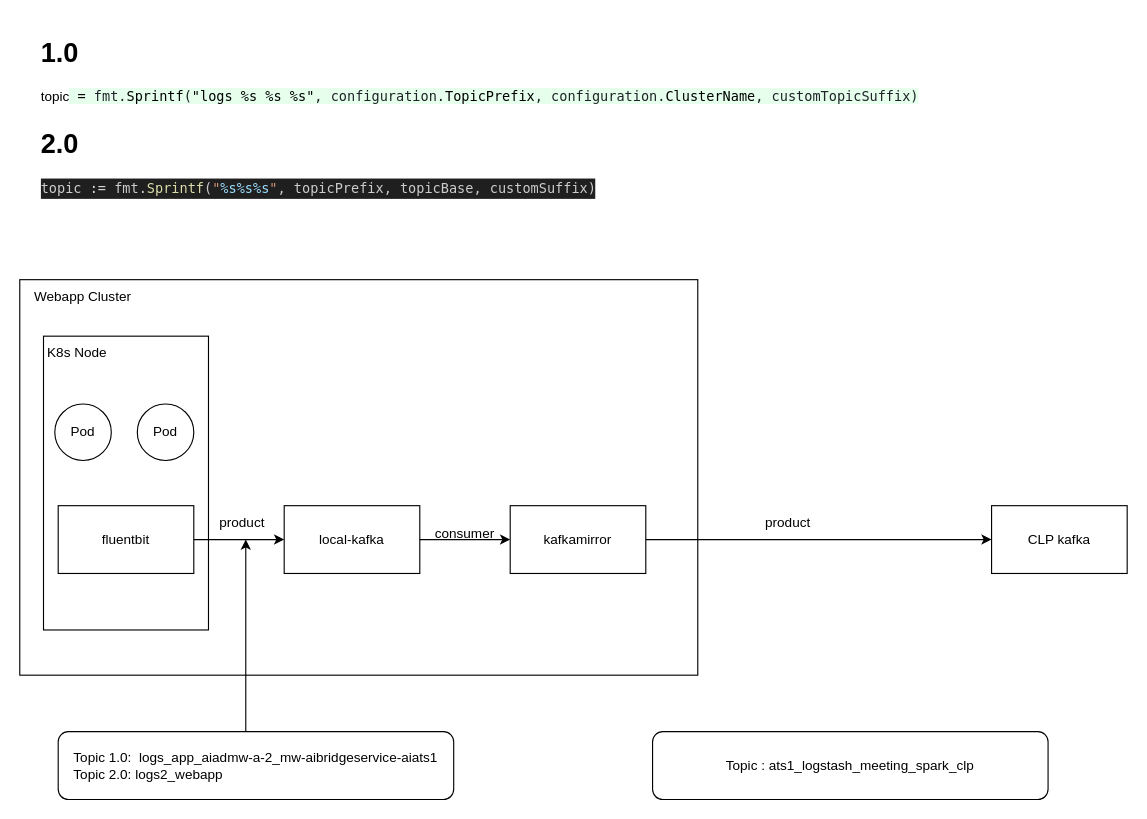
The draw.io diagram kubed-kafkamirror.drawio in Tomoku-dm/diagrams_file, before the edit. Source tidied: cells renumbered, new cells numbered last; positions are measured from the earlier drawing's top-left corner, leaving out a move shared by most shapes. Both pictures are drawn from the tidied source at 113%, with x=0, y=0 at pixel (19, 31).
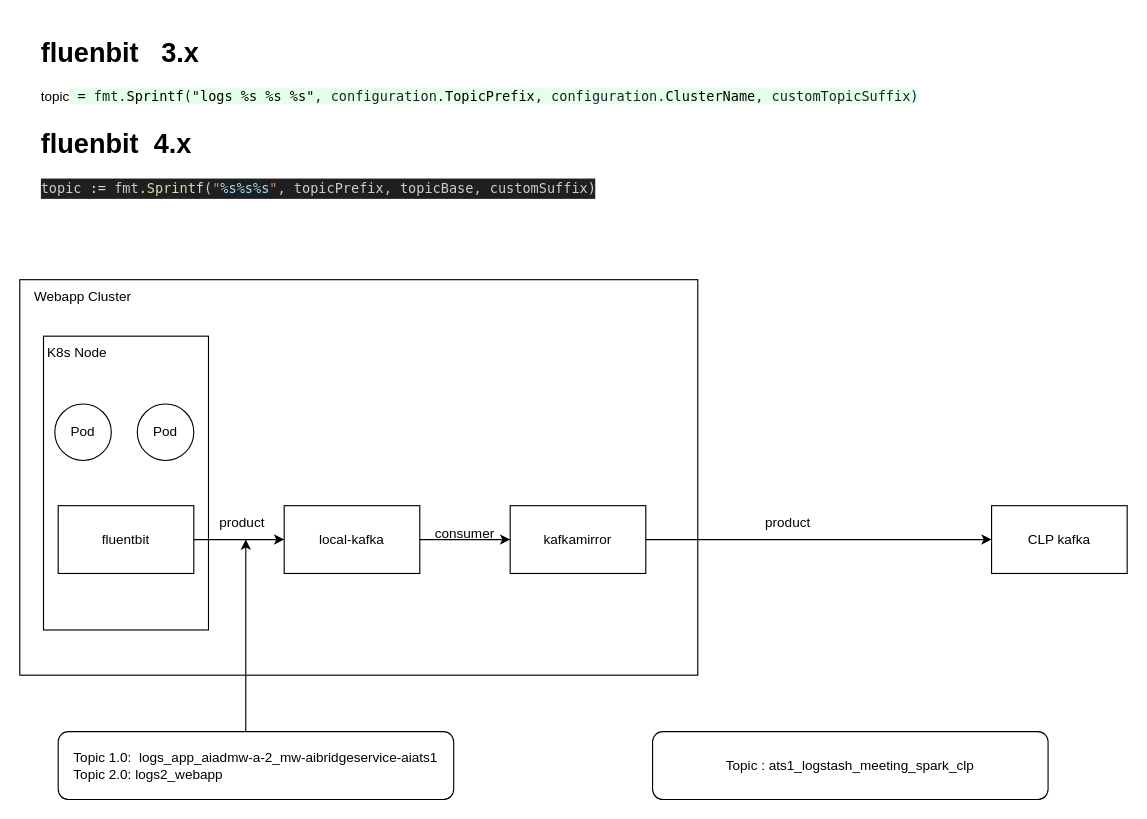
The same diagram, later.

Change to the diagram source:
```diff
@@
-    <mxCell id="11" value="&lt;h1&gt;2.0&lt;/h1&gt;&lt;div&gt;&lt;div style=&quot;color: rgb(204, 204, 204); background-color: rgb(31, 31, 31); font-family: Menlo, Monaco, &amp;quot;Courier New&amp;quot;, monospace; line-height: 18px;&quot;&gt;topic &lt;span style=&quot;color: #d4d4d4;&quot;&gt;:=&lt;/span&gt; fmt.&lt;span style=&quot;color: #dcdcaa;&quot;&gt;Sprintf&lt;/span&gt;(&lt;span style=&quot;color: #ce9178;&quot;&gt;&quot;&lt;/span&gt;&lt;span style=&quot;color: #9cdcfe;&quot;&gt;%s%s%s&lt;/span&gt;&lt;span style=&quot;color: #ce9178;&quot;&gt;&quot;&lt;/span&gt;, topicPrefix, topicBase, customSuffix)&lt;/div&gt;&lt;/div&gt;" style="text;html=1;strokeColor=none;fillColor=none;spacing=5;spacingTop=-20;whiteSpace=wrap;overflow=hidden;rounded=0;" parent="1" vertex="1">
+    <mxCell id="11" value="&lt;h1&gt;fluenbit&amp;nbsp; 4.x&lt;/h1&gt;&lt;div&gt;&lt;div style=&quot;color: rgb(204, 204, 204); background-color: rgb(31, 31, 31); font-family: Menlo, Monaco, &amp;quot;Courier New&amp;quot;, monospace; line-height: 18px;&quot;&gt;topic &lt;span style=&quot;color: #d4d4d4;&quot;&gt;:=&lt;/span&gt; fmt.&lt;span style=&quot;color: #dcdcaa;&quot;&gt;Sprintf&lt;/span&gt;(&lt;span style=&quot;color: #ce9178;&quot;&gt;&quot;&lt;/span&gt;&lt;span style=&quot;color: #9cdcfe;&quot;&gt;%s%s%s&lt;/span&gt;&lt;span style=&quot;color: #ce9178;&quot;&gt;&quot;&lt;/span&gt;, topicPrefix, topicBase, customSuffix)&lt;/div&gt;&lt;/div&gt;" style="text;html=1;strokeColor=none;fillColor=none;spacing=5;spacingTop=-20;whiteSpace=wrap;overflow=hidden;rounded=0;" parent="1" vertex="1">
       <mxGeometry x="14" y="80" width="856" height="80" as="geometry" />
     </mxCell>
-    <mxCell id="12" value="&lt;h1&gt;1.0&amp;nbsp;&lt;/h1&gt;&lt;div&gt;topic&lt;span style=&quot;color: rgb(31, 35, 40); font-family: ui-monospace, SFMono-Regular, &amp;quot;SF Mono&amp;quot;, Menlo, Consolas, &amp;quot;Liberation Mono&amp;quot;, monospace; background-color: rgb(230, 255, 236);&quot;&gt; &lt;/span&gt;&lt;span style=&quot;box-sizing: border-box; color: var(--color-prettylights-syntax-constant); font-family: ui-monospace, SFMono-Regular, &amp;quot;SF Mono&amp;quot;, Menlo, Consolas, &amp;quot;Liberation Mono&amp;quot;, monospace; background-color: rgb(230, 255, 236);&quot; class=&quot;pl-c1&quot;&gt;=&lt;/span&gt;&lt;span style=&quot;color: rgb(31, 35, 40); font-family: ui-monospace, SFMono-Regular, &amp;quot;SF Mono&amp;quot;, Menlo, Consolas, &amp;quot;Liberation Mono&amp;quot;, monospace; background-color: rgb(230, 255, 236);&quot;&gt; &lt;/span&gt;&lt;span style=&quot;box-sizing: border-box; color: rgb(31, 35, 40); font-family: ui-monospace, SFMono-Regular, &amp;quot;SF Mono&amp;quot;, Menlo, Consolas, &amp;quot;Liberation Mono&amp;quot;, monospace; background-color: rgb(230, 255, 236);&quot; class=&quot;pl-s1&quot;&gt;fmt&lt;/span&gt;&lt;span style=&quot;color: rgb(31, 35, 40); font-family: ui-monospace, SFMono-Regular, &amp;quot;SF Mono&amp;quot;, Menlo, Consolas, &amp;quot;Liberation Mono&amp;quot;, monospace; background-color: rgb(230, 255, 236);&quot;&gt;.&lt;/span&gt;&lt;span style=&quot;box-sizing: border-box; color: var(--color-prettylights-syntax-entity); font-family: ui-monospace, SFMono-Regular, &amp;quot;SF Mono&amp;quot;, Menlo, Consolas, &amp;quot;Liberation Mono&amp;quot;, monospace; background-color: rgb(230, 255, 236);&quot; class=&quot;pl-en&quot;&gt;Sprintf&lt;/span&gt;&lt;span style=&quot;color: rgb(31, 35, 40); font-family: ui-monospace, SFMono-Regular, &amp;quot;SF Mono&amp;quot;, Menlo, Consolas, &amp;quot;Liberation Mono&amp;quot;, monospace; background-color: rgb(230, 255, 236);&quot;&gt;(&lt;/span&gt;&lt;span style=&quot;box-sizing: border-box; color: var(--color-prettylights-syntax-string); font-family: ui-monospace, SFMono-Regular, &amp;quot;SF Mono&amp;quot;, Menlo, Consolas, &amp;quot;Liberation Mono&amp;quot;, monospace; background-color: rgb(230, 255, 236);&quot; class=&quot;pl-s&quot;&gt;&quot;logs_%s_%s_%s&quot;&lt;/span&gt;&lt;span style=&quot;color: rgb(31, 35, 40); font-family: ui-monospace, SFMono-Regular, &amp;quot;SF Mono&amp;quot;, Menlo, Consolas, &amp;quot;Liberation Mono&amp;quot;, monospace; background-color: rgb(230, 255, 236);&quot;&gt;, &lt;/span&gt;&lt;span style=&quot;box-sizing: border-box; color: rgb(31, 35, 40); font-family: ui-monospace, SFMono-Regular, &amp;quot;SF Mono&amp;quot;, Menlo, Consolas, &amp;quot;Liberation Mono&amp;quot;, monospace; background-color: rgb(230, 255, 236);&quot; class=&quot;pl-s1&quot;&gt;configuration&lt;/span&gt;&lt;span style=&quot;color: rgb(31, 35, 40); font-family: ui-monospace, SFMono-Regular, &amp;quot;SF Mono&amp;quot;, Menlo, Consolas, &amp;quot;Liberation Mono&amp;quot;, monospace; background-color: rgb(230, 255, 236);&quot;&gt;.&lt;/span&gt;&lt;span style=&quot;box-sizing: border-box; color: var(--color-prettylights-syntax-constant); font-family: ui-monospace, SFMono-Regular, &amp;quot;SF Mono&amp;quot;, Menlo, Consolas, &amp;quot;Liberation Mono&amp;quot;, monospace; background-color: rgb(230, 255, 236);&quot; class=&quot;pl-c1&quot;&gt;TopicPrefix&lt;/span&gt;&lt;span style=&quot;color: rgb(31, 35, 40); font-family: ui-monospace, SFMono-Regular, &amp;quot;SF Mono&amp;quot;, Menlo, Consolas, &amp;quot;Liberation Mono&amp;quot;, monospace; background-color: rgb(230, 255, 236);&quot;&gt;, &lt;/span&gt;&lt;span style=&quot;box-sizing: border-box; color: rgb(31, 35, 40); font-family: ui-monospace, SFMono-Regular, &amp;quot;SF Mono&amp;quot;, Menlo, Consolas, &amp;quot;Liberation Mono&amp;quot;, monospace; background-color: rgb(230, 255, 236);&quot; class=&quot;pl-s1&quot;&gt;configuration&lt;/span&gt;&lt;span style=&quot;color: rgb(31, 35, 40); font-family: ui-monospace, SFMono-Regular, &amp;quot;SF Mono&amp;quot;, Menlo, Consolas, &amp;quot;Liberation Mono&amp;quot;, monospace; background-color: rgb(230, 255, 236);&quot;&gt;.&lt;/span&gt;&lt;span style=&quot;box-sizing: border-box; color: var(--color-prettylights-syntax-constant); font-family: ui-monospace, SFMono-Regular, &amp;quot;SF Mono&amp;quot;, Menlo, Consolas, &amp;quot;Liberation Mono&amp;quot;, monospace; background-color: rgb(230, 255, 236);&quot; class=&quot;pl-c1&quot;&gt;ClusterName&lt;/span&gt;&lt;span style=&quot;color: rgb(31, 35, 40); font-family: ui-monospace, SFMono-Regular, &amp;quot;SF Mono&amp;quot;, Menlo, Consolas, &amp;quot;Liberation Mono&amp;quot;, monospace; background-color: rgb(230, 255, 236);&quot;&gt;, &lt;/span&gt;&lt;span style=&quot;box-sizing: border-box; color: rgb(31, 35, 40); font-family: ui-monospace, SFMono-Regular, &amp;quot;SF Mono&amp;quot;, Menlo, Consolas, &amp;quot;Liberation Mono&amp;quot;, monospace; background-color: rgb(230, 255, 236);&quot; class=&quot;pl-s1&quot;&gt;customTopicSuffix&lt;/span&gt;&lt;span style=&quot;color: rgb(31, 35, 40); font-family: ui-monospace, SFMono-Regular, &amp;quot;SF Mono&amp;quot;, Menlo, Consolas, &amp;quot;Liberation Mono&amp;quot;, monospace; background-color: rgb(230, 255, 236);&quot;&gt;)&lt;/span&gt;&lt;br&gt;&lt;/div&gt;" style="text;html=1;strokeColor=none;fillColor=none;spacing=5;spacingTop=-20;whiteSpace=wrap;overflow=hidden;rounded=0;" parent="1" vertex="1">
+    <mxCell id="12" value="&lt;h1&gt;fluenbit&amp;nbsp; &amp;nbsp;3.x&amp;nbsp;&lt;/h1&gt;&lt;div&gt;topic&lt;span style=&quot;color: rgb(31, 35, 40); font-family: ui-monospace, SFMono-Regular, &amp;quot;SF Mono&amp;quot;, Menlo, Consolas, &amp;quot;Liberation Mono&amp;quot;, monospace; background-color: rgb(230, 255, 236);&quot;&gt; &lt;/span&gt;&lt;span style=&quot;box-sizing: border-box; color: var(--color-prettylights-syntax-constant); font-family: ui-monospace, SFMono-Regular, &amp;quot;SF Mono&amp;quot;, Menlo, Consolas, &amp;quot;Liberation Mono&amp;quot;, monospace; background-color: rgb(230, 255, 236);&quot; class=&quot;pl-c1&quot;&gt;=&lt;/span&gt;&lt;span style=&quot;color: rgb(31, 35, 40); font-family: ui-monospace, SFMono-Regular, &amp;quot;SF Mono&amp;quot;, Menlo, Consolas, &amp;quot;Liberation Mono&amp;quot;, monospace; background-color: rgb(230, 255, 236);&quot;&gt; &lt;/span&gt;&lt;span style=&quot;box-sizing: border-box; color: rgb(31, 35, 40); font-family: ui-monospace, SFMono-Regular, &amp;quot;SF Mono&amp;quot;, Menlo, Consolas, &amp;quot;Liberation Mono&amp;quot;, monospace; background-color: rgb(230, 255, 236);&quot; class=&quot;pl-s1&quot;&gt;fmt&lt;/span&gt;&lt;span style=&quot;color: rgb(31, 35, 40); font-family: ui-monospace, SFMono-Regular, &amp;quot;SF Mono&amp;quot;, Menlo, Consolas, &amp;quot;Liberation Mono&amp;quot;, monospace; background-color: rgb(230, 255, 236);&quot;&gt;.&lt;/span&gt;&lt;span style=&quot;box-sizing: border-box; color: var(--color-prettylights-syntax-entity); font-family: ui-monospace, SFMono-Regular, &amp;quot;SF Mono&amp;quot;, Menlo, Consolas, &amp;quot;Liberation Mono&amp;quot;, monospace; background-color: rgb(230, 255, 236);&quot; class=&quot;pl-en&quot;&gt;Sprintf&lt;/span&gt;&lt;span style=&quot;color: rgb(31, 35, 40); font-family: ui-monospace, SFMono-Regular, &amp;quot;SF Mono&amp;quot;, Menlo, Consolas, &amp;quot;Liberation Mono&amp;quot;, monospace; background-color: rgb(230, 255, 236);&quot;&gt;(&lt;/span&gt;&lt;span style=&quot;box-sizing: border-box; color: var(--color-prettylights-syntax-string); font-family: ui-monospace, SFMono-Regular, &amp;quot;SF Mono&amp;quot;, Menlo, Consolas, &amp;quot;Liberation Mono&amp;quot;, monospace; background-color: rgb(230, 255, 236);&quot; class=&quot;pl-s&quot;&gt;&quot;logs_%s_%s_%s&quot;&lt;/span&gt;&lt;span style=&quot;color: rgb(31, 35, 40); font-family: ui-monospace, SFMono-Regular, &amp;quot;SF Mono&amp;quot;, Menlo, Consolas, &amp;quot;Liberation Mono&amp;quot;, monospace; background-color: rgb(230, 255, 236);&quot;&gt;, &lt;/span&gt;&lt;span style=&quot;box-sizing: border-box; color: rgb(31, 35, 40); font-family: ui-monospace, SFMono-Regular, &amp;quot;SF Mono&amp;quot;, Menlo, Consolas, &amp;quot;Liberation Mono&amp;quot;, monospace; background-color: rgb(230, 255, 236);&quot; class=&quot;pl-s1&quot;&gt;configuration&lt;/span&gt;&lt;span style=&quot;color: rgb(31, 35, 40); font-family: ui-monospace, SFMono-Regular, &amp;quot;SF Mono&amp;quot;, Menlo, Consolas, &amp;quot;Liberation Mono&amp;quot;, monospace; background-color: rgb(230, 255, 236);&quot;&gt;.&lt;/span&gt;&lt;span style=&quot;box-sizing: border-box; color: var(--color-prettylights-syntax-constant); font-family: ui-monospace, SFMono-Regular, &amp;quot;SF Mono&amp;quot;, Menlo, Consolas, &amp;quot;Liberation Mono&amp;quot;, monospace; background-color: rgb(230, 255, 236);&quot; class=&quot;pl-c1&quot;&gt;TopicPrefix&lt;/span&gt;&lt;span style=&quot;color: rgb(31, 35, 40); font-family: ui-monospace, SFMono-Regular, &amp;quot;SF Mono&amp;quot;, Menlo, Consolas, &amp;quot;Liberation Mono&amp;quot;, monospace; background-color: rgb(230, 255, 236);&quot;&gt;, &lt;/span&gt;&lt;span style=&quot;box-sizing: border-box; color: rgb(31, 35, 40); font-family: ui-monospace, SFMono-Regular, &amp;quot;SF Mono&amp;quot;, Menlo, Consolas, &amp;quot;Liberation Mono&amp;quot;, monospace; background-color: rgb(230, 255, 236);&quot; class=&quot;pl-s1&quot;&gt;configuration&lt;/span&gt;&lt;span style=&quot;color: rgb(31, 35, 40); font-family: ui-monospace, SFMono-Regular, &amp;quot;SF Mono&amp;quot;, Menlo, Consolas, &amp;quot;Liberation Mono&amp;quot;, monospace; background-color: rgb(230, 255, 236);&quot;&gt;.&lt;/span&gt;&lt;span style=&quot;box-sizing: border-box; color: var(--color-prettylights-syntax-constant); font-family: ui-monospace, SFMono-Regular, &amp;quot;SF Mono&amp;quot;, Menlo, Consolas, &amp;quot;Liberation Mono&amp;quot;, monospace; background-color: rgb(230, 255, 236);&quot; class=&quot;pl-c1&quot;&gt;ClusterName&lt;/span&gt;&lt;span style=&quot;color: rgb(31, 35, 40); font-family: ui-monospace, SFMono-Regular, &amp;quot;SF Mono&amp;quot;, Menlo, Consolas, &amp;quot;Liberation Mono&amp;quot;, monospace; background-color: rgb(230, 255, 236);&quot;&gt;, &lt;/span&gt;&lt;span style=&quot;box-sizing: border-box; color: rgb(31, 35, 40); font-family: ui-monospace, SFMono-Regular, &amp;quot;SF Mono&amp;quot;, Menlo, Consolas, &amp;quot;Liberation Mono&amp;quot;, monospace; background-color: rgb(230, 255, 236);&quot; class=&quot;pl-s1&quot;&gt;customTopicSuffix&lt;/span&gt;&lt;span style=&quot;color: rgb(31, 35, 40); font-family: ui-monospace, SFMono-Regular, &amp;quot;SF Mono&amp;quot;, Menlo, Consolas, &amp;quot;Liberation Mono&amp;quot;, monospace; background-color: rgb(230, 255, 236);&quot;&gt;)&lt;/span&gt;&lt;br&gt;&lt;/div&gt;" style="text;html=1;strokeColor=none;fillColor=none;spacing=5;spacingTop=-20;whiteSpace=wrap;overflow=hidden;rounded=0;" parent="1" vertex="1">
       <mxGeometry x="14" width="796" height="90" as="geometry" />
     </mxCell>
```
